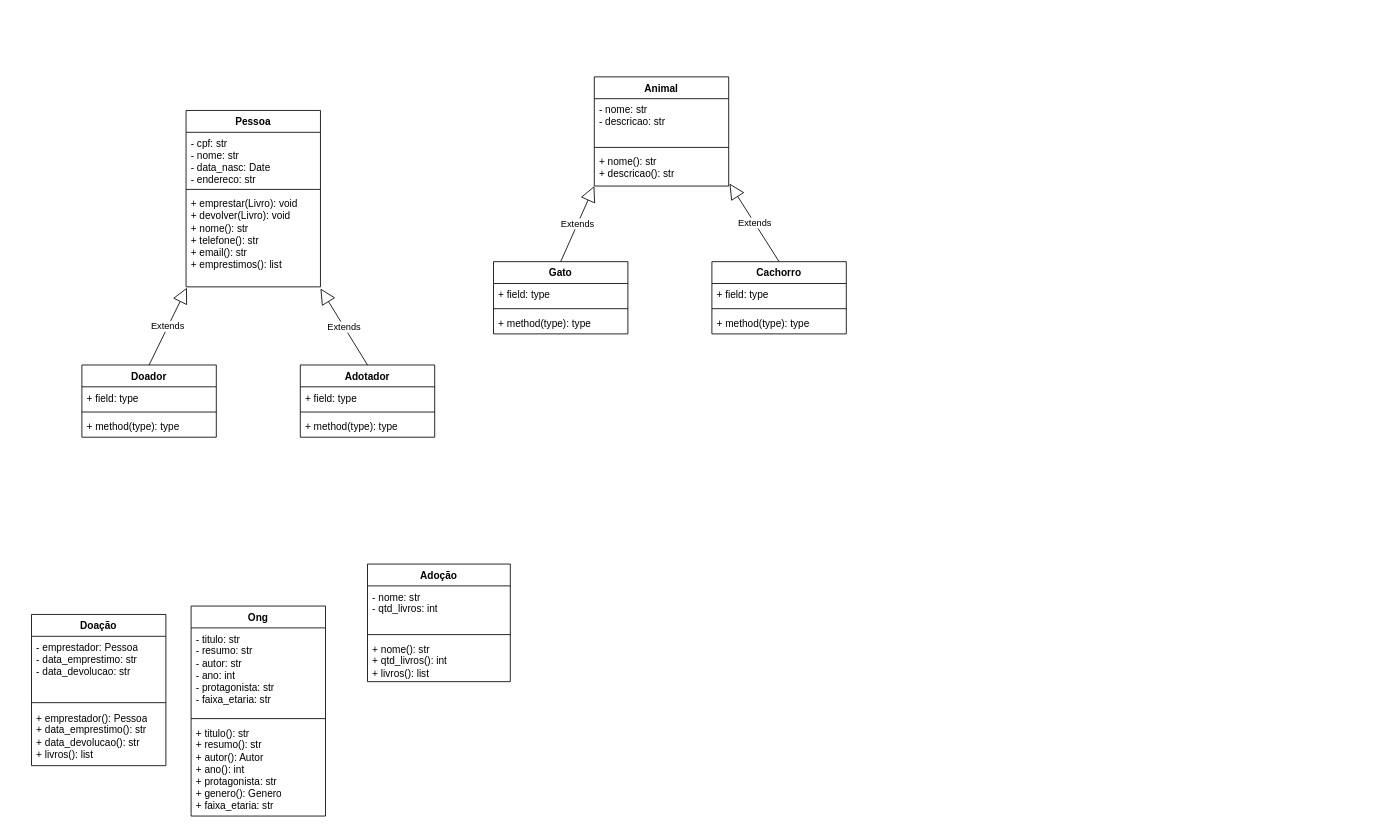
The draw.io diagram AdoçõesONG(Classes).drawio in ChrisBarlera/Trabalho-DSOO1, before the edit. Source tidied: cells renumbered, new cells numbered last; positions are measured from the earlier drawing's top-left corner, leaving out a move shared by most shapes. Both pictures are drawn from the tidied source at 84%, with x=0, y=0 at pixel (31, 76).
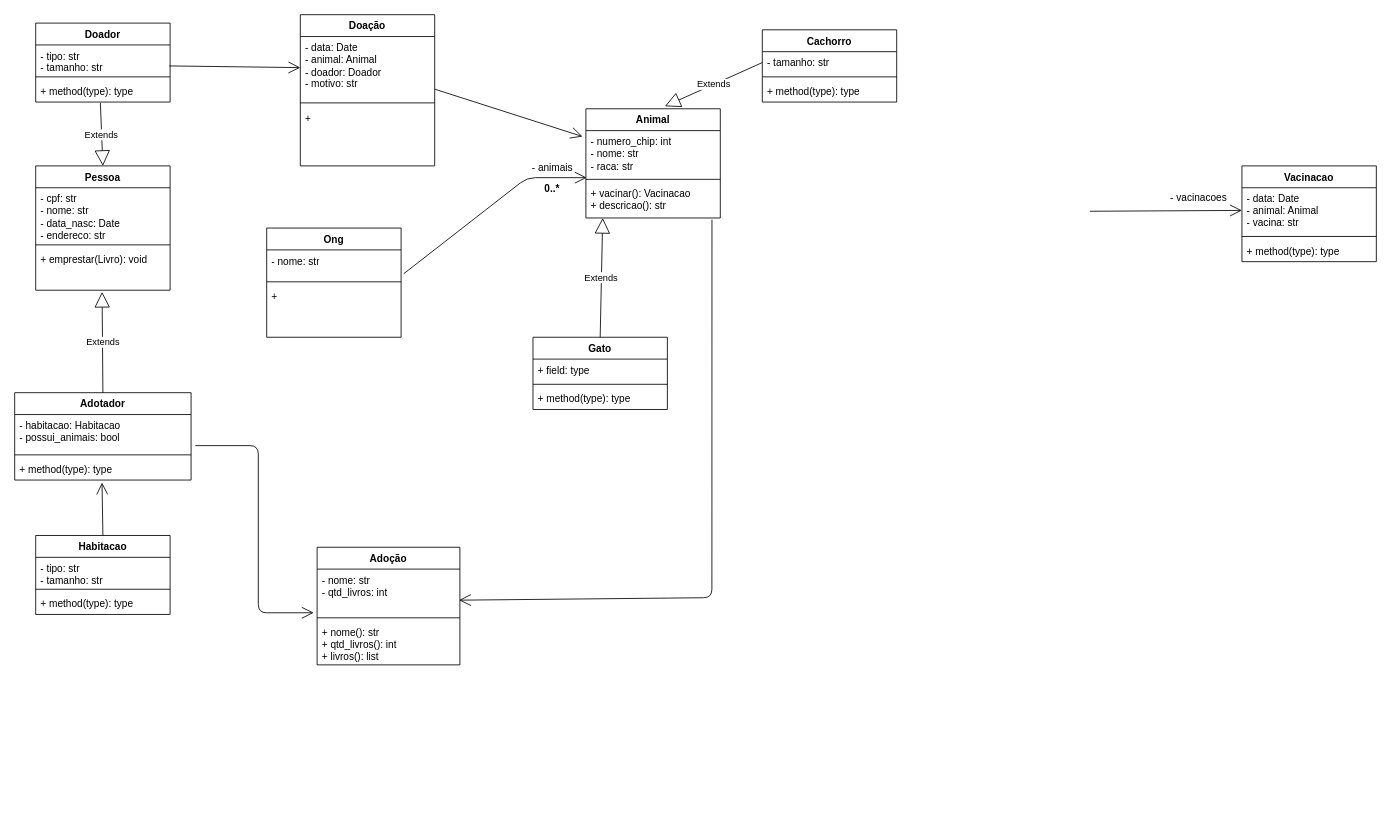
Above is the later version.

Commit message (it also covers changes not shown here):
Desenvolvendo diagrama de classes

Unchanged cells that the change refers to:
```xml
<mxCell id="15" value="- nome: str&lt;div&gt;- qtd_livros: int&lt;/div&gt;" style="text;strokeColor=none;fillColor=none;align=left;verticalAlign=top;spacingLeft=4;spacingRight=4;overflow=hidden;points=[[0,0.5],[1,0.5]];portConstraint=eastwest;whiteSpace=wrap;html=1;" parent="14" vertex="1">
  <mxGeometry y="26" width="170" height="54" as="geometry" />
</mxCell>
```

Change to the diagram source:
```diff
@@
     <mxCell id="2" value="Ong" style="swimlane;fontStyle=1;align=center;verticalAlign=top;horizontal=1;startSize=26;whiteSpace=wrap;html=1;" parent="1" vertex="1">
-      <mxGeometry x="190" y="630" width="160" height="250" as="geometry" />
+      <mxGeometry x="280" y="180" width="160" height="130" as="geometry" />
     </mxCell>
-    <mxCell id="3" value="- titulo: str&lt;div&gt;- resumo: str&lt;br&gt;&lt;/div&gt;&lt;div&gt;- autor: str&lt;br&gt;&lt;/div&gt;&lt;div&gt;- ano: int&lt;/div&gt;&lt;div&gt;- protagonista: str&lt;/div&gt;&lt;div&gt;&lt;span style=&quot;background-color: initial;&quot;&gt;- faixa_etaria: str&lt;/span&gt;&lt;/div&gt;" style="text;strokeColor=none;fillColor=none;align=left;verticalAlign=top;spacingLeft=4;spacingRight=4;overflow=hidden;points=[[0,0.5],[1,0.5]];portConstraint=eastwest;whiteSpace=wrap;html=1;" parent="2" vertex="1">
-      <mxGeometry y="26" width="160" height="104" as="geometry" />
+    <mxCell id="3" value="- nome: str" style="text;strokeColor=none;fillColor=none;align=left;verticalAlign=top;spacingLeft=4;spacingRight=4;overflow=hidden;points=[[0,0.5],[1,0.5]];portConstraint=eastwest;whiteSpace=wrap;html=1;" parent="2" vertex="1">
+      <mxGeometry y="26" width="160" height="34" as="geometry" />
     </mxCell>
     <mxCell id="4" style="line;strokeWidth=1;fillColor=none;align=left;verticalAlign=middle;spacingTop=-1;spacingLeft=3;spacingRight=3;labelPosition=right;strokeColor=inherit;" parent="2" vertex="1">
-      <mxGeometry y="130" width="160" height="8" as="geometry" />
+      <mxGeometry y="60" width="160" height="8" as="geometry" />
     </mxCell>
-    <mxCell id="5" value="+ titulo(): str&lt;div&gt;+ resumo(): str&lt;br&gt;&lt;/div&gt;&lt;div&gt;+ autor(): Autor&lt;br&gt;&lt;/div&gt;&lt;div&gt;+ ano(): int&lt;br&gt;&lt;/div&gt;&lt;div&gt;+ protagonista: str&lt;br&gt;&lt;/div&gt;&lt;div&gt;+ genero(): Genero&lt;/div&gt;&lt;div&gt;+ faixa_etaria: str&lt;/div&gt;" style="text;strokeColor=none;fillColor=none;align=left;verticalAlign=top;spacingLeft=4;spacingRight=4;overflow=hidden;whiteSpace=wrap;html=1;" parent="2" vertex="1">
-      <mxGeometry y="138" width="160" height="112" as="geometry" />
+    <mxCell id="5" value="+&amp;nbsp;" style="text;strokeColor=none;fillColor=none;align=left;verticalAlign=top;spacingLeft=4;spacingRight=4;overflow=hidden;whiteSpace=wrap;html=1;" parent="2" vertex="1">
+      <mxGeometry y="68" width="160" height="62" as="geometry" />
     </mxCell>
     <mxCell id="6" value="Pessoa" style="swimlane;fontStyle=1;align=center;verticalAlign=top;horizontal=1;startSize=26;whiteSpace=wrap;html=1;" parent="1" vertex="1">
-      <mxGeometry x="184" y="40" width="160" height="210" as="geometry" />
+      <mxGeometry x="5" y="106" width="160" height="148" as="geometry" />
     </mxCell>
@@
-    <mxCell id="9" value="+ emprestar(Livro): void&lt;div&gt;+ devolver(Livro): void&lt;/div&gt;&lt;div&gt;+ nome(): str&lt;/div&gt;&lt;div&gt;+ telefone(): str&lt;/div&gt;&lt;div&gt;+ email(): str&lt;/div&gt;&lt;div&gt;+ emprestimos(): list&lt;/div&gt;" style="text;strokeColor=none;fillColor=none;align=left;verticalAlign=top;spacingLeft=4;spacingRight=4;overflow=hidden;points=[[0,0.5],[1,0.5]];portConstraint=eastwest;whiteSpace=wrap;html=1;" parent="6" vertex="1">
-      <mxGeometry y="98" width="160" height="112" as="geometry" />
+    <mxCell id="9" value="+ emprestar(Livro): void" style="text;strokeColor=none;fillColor=none;align=left;verticalAlign=top;spacingLeft=4;spacingRight=4;overflow=hidden;points=[[0,0.5],[1,0.5]];portConstraint=eastwest;whiteSpace=wrap;html=1;" parent="6" vertex="1">
+      <mxGeometry y="98" width="160" height="50" as="geometry" />
     </mxCell>
     <mxCell id="10" value="Doação" style="swimlane;fontStyle=1;align=center;verticalAlign=top;horizontal=1;startSize=26;whiteSpace=wrap;html=1;" parent="1" vertex="1">
-      <mxGeometry y="640" width="160" height="180" as="geometry" />
+      <mxGeometry x="320" y="-74" width="160" height="180" as="geometry" />
     </mxCell>
-    <mxCell id="11" value="- emprestador: Pessoa&lt;div&gt;- data_emprestimo: str&lt;br&gt;&lt;div&gt;- data_devolucao: str&lt;br&gt;&lt;/div&gt;&lt;/div&gt;" style="text;strokeColor=none;fillColor=none;align=left;verticalAlign=top;spacingLeft=4;spacingRight=4;overflow=hidden;points=[[0,0.5],[1,0.5]];portConstraint=eastwest;whiteSpace=wrap;html=1;" parent="10" vertex="1">
+    <mxCell id="11" value="&lt;span style=&quot;background-color: initial;&quot;&gt;- data: Date&lt;/span&gt;&lt;br&gt;&lt;div&gt;&lt;div&gt;- animal: Animal&lt;br&gt;&lt;/div&gt;&lt;/div&gt;&lt;div&gt;- doador: Doador&lt;/div&gt;&lt;div&gt;- motivo: str&lt;/div&gt;" style="text;strokeColor=none;fillColor=none;align=left;verticalAlign=top;spacingLeft=4;spacingRight=4;overflow=hidden;points=[[0,0.5],[1,0.5]];portConstraint=eastwest;whiteSpace=wrap;html=1;" parent="10" vertex="1">
       <mxGeometry y="26" width="160" height="74" as="geometry" />
     </mxCell>
@@
-    <mxCell id="13" value="+ emprestador(): Pessoa&lt;div&gt;+ data_emprestimo(): str&lt;br&gt;&lt;/div&gt;&lt;div&gt;+ data_devolucao(): str&lt;br&gt;&lt;/div&gt;&lt;div&gt;+ livros(): list&lt;/div&gt;" style="text;strokeColor=none;fillColor=none;align=left;verticalAlign=top;spacingLeft=4;spacingRight=4;overflow=hidden;whiteSpace=wrap;html=1;" parent="10" vertex="1">
+    <mxCell id="13" value="+" style="text;strokeColor=none;fillColor=none;align=left;verticalAlign=top;spacingLeft=4;spacingRight=4;overflow=hidden;whiteSpace=wrap;html=1;" parent="10" vertex="1">
       <mxGeometry y="110" width="160" height="70" as="geometry" />
     </mxCell>
     <mxCell id="14" value="Adoção" style="swimlane;fontStyle=1;align=center;verticalAlign=top;horizontal=1;startSize=26;whiteSpace=wrap;html=1;" parent="1" vertex="1">
-      <mxGeometry x="400" y="580" width="170" height="140" as="geometry" />
+      <mxGeometry x="340" y="560" width="170" height="140" as="geometry" />
     </mxCell>
@@
     <mxCell id="18" value="Animal" style="swimlane;fontStyle=1;align=center;verticalAlign=top;horizontal=1;startSize=26;whiteSpace=wrap;html=1;" parent="1" vertex="1">
-      <mxGeometry x="670" width="160" height="130" as="geometry" />
+      <mxGeometry x="660" y="38" width="160" height="130" as="geometry" />
     </mxCell>
-    <mxCell id="19" value="- nome: str&lt;div&gt;- descricao: str&lt;br&gt;&lt;/div&gt;" style="text;strokeColor=none;fillColor=none;align=left;verticalAlign=top;spacingLeft=4;spacingRight=4;overflow=hidden;points=[[0,0.5],[1,0.5]];portConstraint=eastwest;whiteSpace=wrap;html=1;" parent="18" vertex="1">
+    <mxCell id="19" value="- numero_chip: int&lt;br&gt;- nome: str&lt;br&gt;&lt;div&gt;- raca: str&lt;br&gt;&lt;/div&gt;" style="text;strokeColor=none;fillColor=none;align=left;verticalAlign=top;spacingLeft=4;spacingRight=4;overflow=hidden;points=[[0,0.5],[1,0.5]];portConstraint=eastwest;whiteSpace=wrap;html=1;" parent="18" vertex="1">
       <mxGeometry y="26" width="160" height="54" as="geometry" />
     </mxCell>
@@
-    <mxCell id="21" value="+ nome(): str&lt;div&gt;+ descricao(): str&lt;br&gt;&lt;/div&gt;" style="text;strokeColor=none;fillColor=none;align=left;verticalAlign=top;spacingLeft=4;spacingRight=4;overflow=hidden;points=[[0,0.5],[1,0.5]];portConstraint=eastwest;whiteSpace=wrap;html=1;" parent="18" vertex="1">
+    <mxCell id="21" value="+ vacinar(): Vacinacao&lt;div&gt;+ descricao(): str&lt;br&gt;&lt;/div&gt;" style="text;strokeColor=none;fillColor=none;align=left;verticalAlign=top;spacingLeft=4;spacingRight=4;overflow=hidden;points=[[0,0.5],[1,0.5]];portConstraint=eastwest;whiteSpace=wrap;html=1;" parent="18" vertex="1">
       <mxGeometry y="88" width="160" height="42" as="geometry" />
     </mxCell>
     <mxCell id="22" value="Gato" style="swimlane;fontStyle=1;align=center;verticalAlign=top;horizontal=1;startSize=26;" parent="1" vertex="1">
-      <mxGeometry x="550" y="220" width="160" height="86" as="geometry" />
+      <mxGeometry x="597" y="310" width="160" height="86" as="geometry" />
     </mxCell>
@@
     <mxCell id="26" value="Cachorro" style="swimlane;fontStyle=1;align=center;verticalAlign=top;horizontal=1;startSize=26;" parent="1" vertex="1">
-      <mxGeometry x="810" y="220" width="160" height="86" as="geometry" />
+      <mxGeometry x="870" y="-56" width="160" height="86" as="geometry" />
     </mxCell>
-    <mxCell id="27" value="+ field: type" style="text;strokeColor=none;fillColor=none;align=left;verticalAlign=top;spacingLeft=4;spacingRight=4;overflow=hidden;points=[[0,0.5],[1,0.5]];portConstraint=eastwest;" parent="26" vertex="1">
+    <mxCell id="27" value="- tamanho: str" style="text;strokeColor=none;fillColor=none;align=left;verticalAlign=top;spacingLeft=4;spacingRight=4;overflow=hidden;points=[[0,0.5],[1,0.5]];portConstraint=eastwest;" parent="26" vertex="1">
       <mxGeometry y="26" width="160" height="26" as="geometry" />
     </mxCell>
@@
-    <mxCell id="30" value="Extends" style="endArrow=block;endSize=16;endFill=0;html=1;exitX=0.5;exitY=0;exitDx=0;exitDy=0;" parent="1" edge="1" source="22">
-      <mxGeometry relative="1" as="geometry">
-        <mxPoint x="670" y="130" as="targetPoint" />
-      </mxGeometry>
+    <mxCell id="30" value="Extends" style="endArrow=block;endSize=16;endFill=0;html=1;exitX=0.5;exitY=0;exitDx=0;exitDy=0;entryX=0.125;entryY=1;entryDx=0;entryDy=0;entryPerimeter=0;" parent="1" edge="1" source="22" target="21">
+      <mxGeometry relative="1" as="geometry" />
     </mxCell>
-    <mxCell id="31" value="Extends" style="endArrow=block;endSize=16;endFill=0;html=1;exitX=0.5;exitY=0;exitDx=0;exitDy=0;entryX=1.006;entryY=0.929;entryDx=0;entryDy=0;entryPerimeter=0;" parent="1" edge="1" source="26" target="21">
+    <mxCell id="31" value="Extends" style="endArrow=block;endSize=16;endFill=0;html=1;exitX=0;exitY=0.5;exitDx=0;exitDy=0;entryX=0.588;entryY=-0.023;entryDx=0;entryDy=0;entryPerimeter=0;" parent="1" edge="1" source="27" target="18">
       <mxGeometry relative="1" as="geometry" />
     </mxCell>
-    <mxCell id="32" value="Doador" style="swimlane;fontStyle=1;align=center;verticalAlign=top;horizontal=1;startSize=26;" parent="1" vertex="1">
-      <mxGeometry x="60" y="343" width="160" height="86" as="geometry" />
-    </mxCell>
-    <mxCell id="33" value="+ field: type" style="text;strokeColor=none;fillColor=none;align=left;verticalAlign=top;spacingLeft=4;spacingRight=4;overflow=hidden;" parent="32" vertex="1">
-      <mxGeometry y="26" width="160" height="26" as="geometry" />
-    </mxCell>
-    <mxCell id="34" style="line;strokeWidth=1;fillColor=none;align=left;verticalAlign=middle;spacingTop=-1;spacingLeft=3;spacingRight=3;labelPosition=right;strokeColor=inherit;" parent="32" vertex="1">
-      <mxGeometry y="52" width="160" height="8" as="geometry" />
-    </mxCell>
-    <mxCell id="35" value="+ method(type): type" style="text;strokeColor=none;fillColor=none;align=left;verticalAlign=top;spacingLeft=4;spacingRight=4;overflow=hidden;" parent="32" vertex="1">
-      <mxGeometry y="60" width="160" height="26" as="geometry" />
-    </mxCell>
     <mxCell id="36" value="Adotador" style="swimlane;fontStyle=1;align=center;verticalAlign=top;horizontal=1;startSize=26;" parent="1" vertex="1">
-      <mxGeometry x="320" y="343" width="160" height="86" as="geometry" />
+      <mxGeometry x="-20" y="376" width="210" height="104" as="geometry" />
     </mxCell>
-    <mxCell id="37" value="+ field: type" style="text;strokeColor=none;fillColor=none;align=left;verticalAlign=top;spacingLeft=4;spacingRight=4;overflow=hidden;points=[[0,0.5],[1,0.5]];portConstraint=eastwest;" parent="36" vertex="1">
-      <mxGeometry y="26" width="160" height="26" as="geometry" />
+    <mxCell id="37" value="- habitacao: Habitacao&#10;- possui_animais: bool" style="text;strokeColor=none;fillColor=none;align=left;verticalAlign=top;spacingLeft=4;spacingRight=4;overflow=hidden;points=[[0,0.5],[1,0.5]];portConstraint=eastwest;" parent="36" vertex="1">
+      <mxGeometry y="26" width="210" height="44" as="geometry" />
     </mxCell>
     <mxCell id="38" style="line;strokeWidth=1;fillColor=none;align=left;verticalAlign=middle;spacingTop=-1;spacingLeft=3;spacingRight=3;labelPosition=right;strokeColor=inherit;" parent="36" vertex="1">
-      <mxGeometry y="52" width="160" height="8" as="geometry" />
+      <mxGeometry y="70" width="210" height="8" as="geometry" />
     </mxCell>
     <mxCell id="39" value="+ method(type): type" style="text;strokeColor=none;fillColor=none;align=left;verticalAlign=top;spacingLeft=4;spacingRight=4;overflow=hidden;points=[[0,0.5],[1,0.5]];portConstraint=eastwest;" parent="36" vertex="1">
-      <mxGeometry y="60" width="160" height="26" as="geometry" />
+      <mxGeometry y="78" width="210" height="26" as="geometry" />
     </mxCell>
+    <mxCell id="41" value="Extends" style="endArrow=block;endSize=16;endFill=0;html=1;exitX=0.5;exitY=0;exitDx=0;exitDy=0;entryX=0.494;entryY=1.04;entryDx=0;entryDy=0;entryPerimeter=0;" parent="1" edge="1" source="36" target="9">
+      <mxGeometry relative="1" as="geometry" />
+    </mxCell>
+    <mxCell id="42" value="Vacinacao" style="swimlane;fontStyle=1;align=center;verticalAlign=top;horizontal=1;startSize=26;" parent="1" vertex="1">
+      <mxGeometry x="1441" y="106" width="160" height="114" as="geometry" />
+    </mxCell>
+    <mxCell id="43" value="- data: Date&#10;- animal: Animal&#10;- vacina: str" style="text;strokeColor=none;fillColor=none;align=left;verticalAlign=top;spacingLeft=4;spacingRight=4;overflow=hidden;points=[[0,0.5],[1,0.5]];portConstraint=eastwest;" parent="42" vertex="1">
+      <mxGeometry y="26" width="160" height="54" as="geometry" />
+    </mxCell>
+    <mxCell id="44" style="line;strokeWidth=1;fillColor=none;align=left;verticalAlign=middle;spacingTop=-1;spacingLeft=3;spacingRight=3;labelPosition=right;strokeColor=inherit;" parent="42" vertex="1">
+      <mxGeometry y="80" width="160" height="8" as="geometry" />
+    </mxCell>
+    <mxCell id="45" value="+ method(type): type" style="text;strokeColor=none;fillColor=none;align=left;verticalAlign=top;spacingLeft=4;spacingRight=4;overflow=hidden;" parent="42" vertex="1">
+      <mxGeometry y="88" width="160" height="26" as="geometry" />
+    </mxCell>
+    <mxCell id="46" style="endArrow=open;endFill=1;endSize=12;html=1;entryX=0;entryY=0.5;entryDx=0;entryDy=0;" parent="1" edge="1" target="43">
+      <mxGeometry relative="1" as="geometry">
+        <mxPoint x="1260" y="160" as="sourcePoint" />
+      </mxGeometry>
+    </mxCell>
+    <mxCell id="47" value="- vacinacoes" style="text;strokeColor=none;fillColor=none;align=left;verticalAlign=top;spacingLeft=4;spacingRight=4;overflow=hidden;" parent="1" vertex="1">
+      <mxGeometry x="1350" y="130" width="100" height="26" as="geometry" />
+    </mxCell>
+    <mxCell id="48" value="Habitacao" style="swimlane;fontStyle=1;align=center;verticalAlign=top;horizontal=1;startSize=26;" parent="1" vertex="1">
+      <mxGeometry x="5" y="546" width="160" height="94" as="geometry" />
+    </mxCell>
+    <mxCell id="49" value="- tipo: str&#10;- tamanho: str" style="text;strokeColor=none;fillColor=none;align=left;verticalAlign=top;spacingLeft=4;spacingRight=4;overflow=hidden;" parent="48" vertex="1">
+      <mxGeometry y="26" width="160" height="34" as="geometry" />
+    </mxCell>
+    <mxCell id="50" style="line;strokeWidth=1;fillColor=none;align=left;verticalAlign=middle;spacingTop=-1;spacingLeft=3;spacingRight=3;labelPosition=right;strokeColor=inherit;" parent="48" vertex="1">
+      <mxGeometry y="60" width="160" height="8" as="geometry" />
+    </mxCell>
+    <mxCell id="51" value="+ method(type): type" style="text;strokeColor=none;fillColor=none;align=left;verticalAlign=top;spacingLeft=4;spacingRight=4;overflow=hidden;" parent="48" vertex="1">
+      <mxGeometry y="68" width="160" height="26" as="geometry" />
+    </mxCell>
+    <mxCell id="32" value="Doador" style="swimlane;fontStyle=1;align=center;verticalAlign=top;horizontal=1;startSize=26;" parent="1" vertex="1">
+      <mxGeometry x="5" y="-64" width="160" height="94" as="geometry" />
+    </mxCell>
+    <mxCell id="52" value="- tipo: str&#10;- tamanho: str" style="text;strokeColor=none;fillColor=none;align=left;verticalAlign=top;spacingLeft=4;spacingRight=4;overflow=hidden;points=[[0,0.5],[1,0.5]];portConstraint=eastwest;" parent="32" vertex="1">
+      <mxGeometry y="26" width="160" height="34" as="geometry" />
+    </mxCell>
+    <mxCell id="53" style="line;strokeWidth=1;fillColor=none;align=left;verticalAlign=middle;spacingTop=-1;spacingLeft=3;spacingRight=3;labelPosition=right;strokeColor=inherit;" parent="32" vertex="1">
+      <mxGeometry y="60" width="160" height="8" as="geometry" />
+    </mxCell>
+    <mxCell id="54" value="+ method(type): type" style="text;strokeColor=none;fillColor=none;align=left;verticalAlign=top;spacingLeft=4;spacingRight=4;overflow=hidden;points=[[0,0.5],[1,0.5]];portConstraint=eastwest;" parent="32" vertex="1">
+      <mxGeometry y="68" width="160" height="26" as="geometry" />
+    </mxCell>
+    <mxCell id="55" style="endArrow=open;endFill=1;endSize=12;html=1;exitX=0.5;exitY=0;exitDx=0;exitDy=0;entryX=0.495;entryY=1.116;entryDx=0;entryDy=0;entryPerimeter=0;" parent="1" edge="1" source="48" target="39">
+      <mxGeometry relative="1" as="geometry" />
+    </mxCell>
+    <mxCell id="56" style="endArrow=open;endFill=1;endSize=12;html=1;exitX=1.019;exitY=0.837;exitDx=0;exitDy=0;exitPerimeter=0;entryX=0.006;entryY=1.037;entryDx=0;entryDy=0;entryPerimeter=0;" parent="1" edge="1" source="3" target="19">
+      <mxGeometry relative="1" as="geometry">
+        <Array as="points">
+          <mxPoint x="590" y="120" />
+        </Array>
+      </mxGeometry>
+    </mxCell>
+    <mxCell id="57" value="- animais" style="text;strokeColor=none;fillColor=none;align=left;verticalAlign=top;spacingLeft=4;spacingRight=4;overflow=hidden;" parent="1" vertex="1">
+      <mxGeometry x="590" y="94" width="60" height="26" as="geometry" />
+    </mxCell>
+    <mxCell id="58" value="0..*" style="text;align=center;fontStyle=1;verticalAlign=middle;spacingLeft=3;spacingRight=3;strokeColor=none;" parent="1" vertex="1">
+      <mxGeometry x="580" y="120" width="80" height="26" as="geometry" />
+    </mxCell>
-    <mxCell id="40" value="Extends" style="endArrow=block;endSize=16;endFill=0;html=1;exitX=0.5;exitY=0;exitDx=0;exitDy=0;entryX=0.006;entryY=1.009;entryDx=0;entryDy=0;entryPerimeter=0;" parent="1" edge="1" source="32" target="9">
+    <mxCell id="40" value="Extends" style="endArrow=block;endSize=16;endFill=0;html=1;exitX=0.481;exitY=1.038;exitDx=0;exitDy=0;exitPerimeter=0;entryX=0.5;entryY=0;entryDx=0;entryDy=0;" parent="1" edge="1" source="54" target="6">
       <mxGeometry relative="1" as="geometry" />
     </mxCell>
-    <mxCell id="41" value="Extends" style="endArrow=block;endSize=16;endFill=0;html=1;exitX=0.5;exitY=0;exitDx=0;exitDy=0;entryX=1;entryY=1.018;entryDx=0;entryDy=0;entryPerimeter=0;" parent="1" edge="1" source="36" target="9">
-      <mxGeometry relative="1" as="geometry" />
-    </mxCell>
+    <mxCell id="59" style="endArrow=open;endFill=1;endSize=12;html=1;exitX=0.994;exitY=0.735;exitDx=0;exitDy=0;exitPerimeter=0;entryX=0;entryY=0.5;entryDx=0;entryDy=0;" parent="1" edge="1" source="52" target="11">
+      <mxGeometry relative="1" as="geometry" />
+    </mxCell>
+    <mxCell id="60" style="endArrow=open;endFill=1;endSize=12;html=1;entryX=-0.025;entryY=0.13;entryDx=0;entryDy=0;entryPerimeter=0;" parent="1" edge="1" source="11" target="19">
+      <mxGeometry relative="1" as="geometry" />
+    </mxCell>
+    <mxCell id="61" style="endArrow=open;endFill=1;endSize=12;html=1;exitX=0.938;exitY=1.048;exitDx=0;exitDy=0;exitPerimeter=0;entryX=0.994;entryY=0.685;entryDx=0;entryDy=0;entryPerimeter=0;" parent="1" edge="1" source="21" target="15">
+      <mxGeometry relative="1" as="geometry">
+        <Array as="points">
+          <mxPoint x="810" y="620" />
+        </Array>
+      </mxGeometry>
+    </mxCell>
+    <mxCell id="62" style="endArrow=open;endFill=1;endSize=12;html=1;exitX=1.024;exitY=0.841;exitDx=0;exitDy=0;exitPerimeter=0;entryX=-0.024;entryY=0.963;entryDx=0;entryDy=0;entryPerimeter=0;" parent="1" edge="1" source="37" target="15">
+      <mxGeometry relative="1" as="geometry">
+        <Array as="points">
+          <mxPoint x="270" y="439" />
+          <mxPoint x="270" y="638" />
+        </Array>
+      </mxGeometry>
+    </mxCell>
```
